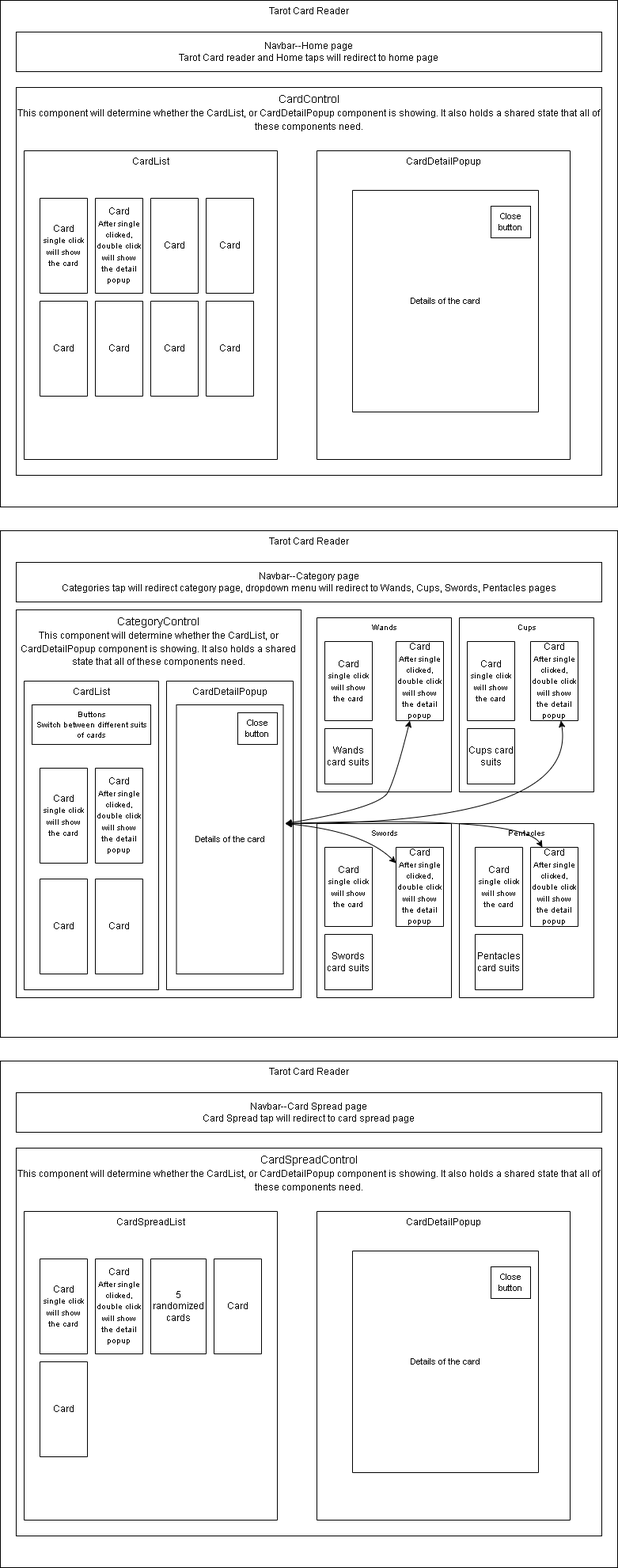
cicy886/tarot-card-reader keeps this draw.io diagram as src/img/themes/tarotCardReaderDiagram.png. Above is the earlier version. Source tidied: cells renumbered, new cells last; positions are measured from the earlier drawing's top-left corner, leaving out a move shared by most shapes. Its diagram source:
```xml
<mxGraphModel>
  <root>
    <mxCell id="0" />
    <mxCell id="1" parent="0" />
    <mxCell id="2" value="Tarot Card Reader" style="rounded=0;whiteSpace=wrap;html=1;verticalAlign=top;" parent="1" vertex="1">
      <mxGeometry width="780" height="640" as="geometry" />
    </mxCell>
    <mxCell id="3" value="&lt;font style=&quot;font-size: 12px&quot;&gt;Navbar--Home page&lt;br&gt;Tarot Card reader and Home taps will redirect to home page&lt;br&gt;&lt;/font&gt;" style="rounded=0;whiteSpace=wrap;html=1;" parent="1" vertex="1">
      <mxGeometry x="20" y="40" width="740" height="50" as="geometry" />
    </mxCell>
    <mxCell id="4" value="CardControl&lt;br style=&quot;font-size: 13px&quot;&gt;&lt;font&gt;&lt;font style=&quot;font-size: 12px&quot;&gt;This component will determine whether the CardList, or CardDetailPopup component is showing. It also holds a shared state that all of these components need&lt;/font&gt;&lt;font style=&quot;font-size: 11px&quot;&gt;.&lt;/font&gt;&lt;/font&gt;" style="rounded=0;whiteSpace=wrap;html=1;fontSize=14;verticalAlign=top;" parent="1" vertex="1">
      <mxGeometry x="20" y="110" width="740" height="490" as="geometry" />
    </mxCell>
    <mxCell id="5" value="CardList" style="rounded=0;whiteSpace=wrap;html=1;fontSize=12;direction=south;verticalAlign=top;" parent="1" vertex="1">
      <mxGeometry x="30" y="190" width="320" height="390" as="geometry" />
    </mxCell>
    <mxCell id="6" value="CardDetailPopup" style="rounded=0;whiteSpace=wrap;html=1;fontSize=12;direction=south;verticalAlign=top;" parent="1" vertex="1">
      <mxGeometry x="400" y="190" width="320" height="390" as="geometry" />
    </mxCell>
    <mxCell id="7" value="Card&lt;br style=&quot;font-size: 11px&quot;&gt;&lt;font size=&quot;1&quot;&gt;single click will show the card&lt;/font&gt;" style="rounded=0;whiteSpace=wrap;html=1;fontSize=12;direction=south;" parent="1" vertex="1">
      <mxGeometry x="50" y="250" width="60" height="120" as="geometry" />
    </mxCell>
    <mxCell id="8" value="Card&lt;br style=&quot;font-size: 11px&quot;&gt;&lt;font size=&quot;1&quot;&gt;After single clicked, double click will show the detail popup&lt;/font&gt;" style="rounded=0;whiteSpace=wrap;html=1;fontSize=12;direction=south;" parent="1" vertex="1">
      <mxGeometry x="120" y="250" width="60" height="120" as="geometry" />
    </mxCell>
    <mxCell id="9" value="Card" style="rounded=0;whiteSpace=wrap;html=1;fontSize=12;direction=south;" parent="1" vertex="1">
      <mxGeometry x="190" y="250" width="60" height="120" as="geometry" />
    </mxCell>
    <mxCell id="10" value="Card" style="rounded=0;whiteSpace=wrap;html=1;fontSize=12;direction=south;" parent="1" vertex="1">
      <mxGeometry x="260" y="250" width="60" height="120" as="geometry" />
    </mxCell>
    <mxCell id="11" value="Card" style="rounded=0;whiteSpace=wrap;html=1;fontSize=12;direction=south;" parent="1" vertex="1">
      <mxGeometry x="260" y="380" width="60" height="120" as="geometry" />
    </mxCell>
    <mxCell id="12" value="Card" style="rounded=0;whiteSpace=wrap;html=1;fontSize=12;direction=south;" parent="1" vertex="1">
      <mxGeometry x="190" y="380" width="60" height="120" as="geometry" />
    </mxCell>
    <mxCell id="13" value="Card" style="rounded=0;whiteSpace=wrap;html=1;fontSize=12;direction=south;" parent="1" vertex="1">
      <mxGeometry x="120" y="380" width="60" height="120" as="geometry" />
    </mxCell>
    <mxCell id="14" value="Card" style="rounded=0;whiteSpace=wrap;html=1;fontSize=12;direction=south;" parent="1" vertex="1">
      <mxGeometry x="50" y="380" width="60" height="120" as="geometry" />
    </mxCell>
    <mxCell id="15" value="Details of the card" style="rounded=0;whiteSpace=wrap;html=1;fontSize=11;direction=south;" parent="1" vertex="1">
      <mxGeometry x="445" y="240" width="235" height="280" as="geometry" />
    </mxCell>
    <mxCell id="16" value="Close button" style="rounded=0;whiteSpace=wrap;html=1;fontSize=11;" parent="1" vertex="1">
      <mxGeometry x="620" y="260" width="50" height="40" as="geometry" />
    </mxCell>
    <mxCell id="17" value="Tarot Card Reader" style="rounded=0;whiteSpace=wrap;html=1;verticalAlign=top;" parent="1" vertex="1">
      <mxGeometry y="670" width="780" height="640" as="geometry" />
    </mxCell>
    <mxCell id="18" value="&lt;font style=&quot;font-size: 12px&quot;&gt;Navbar--Category page&lt;br&gt;Categories tap will redirect category page, dropdown menu will redirect to Wands, Cups, Swords, Pentacles pages&lt;br&gt;&lt;/font&gt;" style="rounded=0;whiteSpace=wrap;html=1;" parent="1" vertex="1">
      <mxGeometry x="20" y="710" width="740" height="50" as="geometry" />
    </mxCell>
    <mxCell id="19" value="CategoryControl&lt;br style=&quot;font-size: 13px&quot;&gt;&lt;font&gt;&lt;font style=&quot;font-size: 12px&quot;&gt;This component will determine whether the CardList, or CardDetailPopup component is showing. It also holds a shared state that all of these components need&lt;/font&gt;&lt;font style=&quot;font-size: 11px&quot;&gt;.&lt;/font&gt;&lt;/font&gt;" style="rounded=0;whiteSpace=wrap;html=1;fontSize=14;verticalAlign=top;" parent="1" vertex="1">
      <mxGeometry x="20" y="770" width="360" height="490" as="geometry" />
    </mxCell>
    <mxCell id="20" value="CardList" style="rounded=0;whiteSpace=wrap;html=1;fontSize=12;direction=south;verticalAlign=top;" parent="1" vertex="1">
      <mxGeometry x="30" y="860" width="170" height="390" as="geometry" />
    </mxCell>
    <mxCell id="21" value="CardDetailPopup" style="rounded=0;whiteSpace=wrap;html=1;fontSize=12;direction=south;verticalAlign=top;" parent="1" vertex="1">
      <mxGeometry x="210" y="860" width="160" height="390" as="geometry" />
    </mxCell>
    <mxCell id="22" value="Card&lt;br style=&quot;font-size: 11px&quot;&gt;&lt;font size=&quot;1&quot;&gt;single click will show the card&lt;/font&gt;" style="rounded=0;whiteSpace=wrap;html=1;fontSize=12;direction=south;" parent="1" vertex="1">
      <mxGeometry x="50" y="970" width="60" height="120" as="geometry" />
    </mxCell>
    <mxCell id="23" value="Card&lt;br style=&quot;font-size: 11px&quot;&gt;&lt;font size=&quot;1&quot;&gt;After single clicked, double click will show the detail popup&lt;/font&gt;" style="rounded=0;whiteSpace=wrap;html=1;fontSize=12;direction=south;" parent="1" vertex="1">
      <mxGeometry x="120" y="970" width="60" height="120" as="geometry" />
    </mxCell>
    <mxCell id="24" value="Card" style="rounded=0;whiteSpace=wrap;html=1;fontSize=12;direction=south;" parent="1" vertex="1">
      <mxGeometry x="120" y="1110" width="60" height="120" as="geometry" />
    </mxCell>
    <mxCell id="25" value="Card" style="rounded=0;whiteSpace=wrap;html=1;fontSize=12;direction=south;" parent="1" vertex="1">
      <mxGeometry x="50" y="1110" width="60" height="120" as="geometry" />
    </mxCell>
    <mxCell id="26" value="Details of the card" style="rounded=0;whiteSpace=wrap;html=1;fontSize=11;direction=south;" parent="1" vertex="1">
      <mxGeometry x="222.5" y="890" width="135" height="340" as="geometry" />
    </mxCell>
    <mxCell id="27" value="Close button" style="rounded=0;whiteSpace=wrap;html=1;fontSize=11;" parent="1" vertex="1">
      <mxGeometry x="300" y="900" width="50" height="40" as="geometry" />
    </mxCell>
    <mxCell id="28" value="&lt;font style=&quot;font-size: 10px&quot;&gt;Buttons&lt;br&gt;Switch between different suits of cards&lt;br&gt;&lt;/font&gt;" style="rounded=0;whiteSpace=wrap;html=1;fontSize=11;" parent="1" vertex="1">
      <mxGeometry x="40" y="890" width="150" height="50" as="geometry" />
    </mxCell>
    <mxCell id="29" value="Wands" style="rounded=0;whiteSpace=wrap;html=1;fontSize=10;direction=south;verticalAlign=top;" parent="1" vertex="1">
      <mxGeometry x="400" y="780" width="170" height="220" as="geometry" />
    </mxCell>
    <mxCell id="30" value="Cups" style="rounded=0;whiteSpace=wrap;html=1;fontSize=10;direction=south;verticalAlign=top;" parent="1" vertex="1">
      <mxGeometry x="580" y="780" width="170" height="220" as="geometry" />
    </mxCell>
    <mxCell id="31" value="Swords" style="rounded=0;whiteSpace=wrap;html=1;fontSize=10;direction=south;verticalAlign=top;" parent="1" vertex="1">
      <mxGeometry x="400" y="1040" width="170" height="220" as="geometry" />
    </mxCell>
    <mxCell id="32" value="Pentacles" style="rounded=0;whiteSpace=wrap;html=1;fontSize=10;direction=south;verticalAlign=top;" parent="1" vertex="1">
      <mxGeometry x="580" y="1040" width="170" height="220" as="geometry" />
    </mxCell>
    <mxCell id="33" value="Card&lt;br style=&quot;font-size: 11px&quot;&gt;&lt;font size=&quot;1&quot;&gt;single click will show the card&lt;/font&gt;" style="rounded=0;whiteSpace=wrap;html=1;fontSize=12;direction=south;" parent="1" vertex="1">
      <mxGeometry x="410" y="810" width="60" height="100" as="geometry" />
    </mxCell>
    <mxCell id="34" value="Card&lt;br style=&quot;font-size: 11px&quot;&gt;&lt;font size=&quot;1&quot;&gt;After single clicked, double click will show the detail popup&lt;/font&gt;" style="rounded=0;whiteSpace=wrap;html=1;fontSize=12;direction=south;" parent="1" vertex="1">
      <mxGeometry x="500" y="810" width="60" height="100" as="geometry" />
    </mxCell>
    <mxCell id="35" value="Wands card suits" style="rounded=0;whiteSpace=wrap;html=1;fontSize=12;direction=south;" parent="1" vertex="1">
      <mxGeometry x="410" y="920" width="60" height="70" as="geometry" />
    </mxCell>
    <mxCell id="36" value="Card&lt;br style=&quot;font-size: 11px&quot;&gt;&lt;font size=&quot;1&quot;&gt;single click will show the card&lt;/font&gt;" style="rounded=0;whiteSpace=wrap;html=1;fontSize=12;direction=south;" parent="1" vertex="1">
      <mxGeometry x="590" y="810" width="60" height="100" as="geometry" />
    </mxCell>
    <mxCell id="37" value="Card&lt;br style=&quot;font-size: 11px&quot;&gt;&lt;font size=&quot;1&quot;&gt;After single clicked, double click will show the detail popup&lt;/font&gt;" style="rounded=0;whiteSpace=wrap;html=1;fontSize=12;direction=south;" parent="1" vertex="1">
      <mxGeometry x="670" y="810" width="60" height="100" as="geometry" />
    </mxCell>
    <mxCell id="38" value="Cups card suits" style="rounded=0;whiteSpace=wrap;html=1;fontSize=12;direction=south;" parent="1" vertex="1">
      <mxGeometry x="590" y="920" width="60" height="70" as="geometry" />
    </mxCell>
    <mxCell id="39" style="endArrow=classic;startArrow=classic;html=1;rounded=0;fontSize=10;curved=1;" parent="1" edge="1" target="37">
      <mxGeometry relative="1" as="geometry">
        <mxPoint x="360" y="1040" as="sourcePoint" />
        <Array as="points">
          <mxPoint x="730" y="1040" />
        </Array>
      </mxGeometry>
    </mxCell>
    <mxCell id="40" style="endArrow=classic;startArrow=classic;html=1;rounded=0;fontSize=10;curved=1;" parent="1" edge="1" target="34">
      <mxGeometry relative="1" as="geometry">
        <mxPoint x="360" y="1040" as="sourcePoint" />
        <Array as="points">
          <mxPoint x="480" y="1020" />
          <mxPoint x="500" y="980" />
        </Array>
      </mxGeometry>
    </mxCell>
    <mxCell id="41" value="Card&lt;br style=&quot;font-size: 11px&quot;&gt;&lt;font size=&quot;1&quot;&gt;single click will show the card&lt;/font&gt;" style="rounded=0;whiteSpace=wrap;html=1;fontSize=12;direction=south;" parent="1" vertex="1">
      <mxGeometry x="410" y="1070" width="60" height="100" as="geometry" />
    </mxCell>
    <mxCell id="42" value="Card&lt;br style=&quot;font-size: 11px&quot;&gt;&lt;font size=&quot;1&quot;&gt;After single clicked, double click will show the detail popup&lt;/font&gt;" style="rounded=0;whiteSpace=wrap;html=1;fontSize=12;direction=south;" parent="1" vertex="1">
      <mxGeometry x="500" y="1070" width="60" height="100" as="geometry" />
    </mxCell>
    <mxCell id="43" value="Swords card suits" style="rounded=0;whiteSpace=wrap;html=1;fontSize=12;direction=south;" parent="1" vertex="1">
      <mxGeometry x="410" y="1180" width="60" height="70" as="geometry" />
    </mxCell>
    <mxCell id="44" value="Card&lt;br style=&quot;font-size: 11px&quot;&gt;&lt;font size=&quot;1&quot;&gt;single click will show the card&lt;/font&gt;" style="rounded=0;whiteSpace=wrap;html=1;fontSize=12;direction=south;" parent="1" vertex="1">
      <mxGeometry x="600" y="1070" width="60" height="100" as="geometry" />
    </mxCell>
    <mxCell id="45" value="Card&lt;br style=&quot;font-size: 11px&quot;&gt;&lt;font size=&quot;1&quot;&gt;After single clicked, double click will show the detail popup&lt;/font&gt;" style="rounded=0;whiteSpace=wrap;html=1;fontSize=12;direction=south;" parent="1" vertex="1">
      <mxGeometry x="670" y="1070" width="60" height="100" as="geometry" />
    </mxCell>
    <mxCell id="46" value="Pentacles card suits" style="rounded=0;whiteSpace=wrap;html=1;fontSize=12;direction=south;" parent="1" vertex="1">
      <mxGeometry x="600" y="1180" width="60" height="70" as="geometry" />
    </mxCell>
    <mxCell id="47" style="endArrow=classic;startArrow=classic;html=1;rounded=0;fontSize=10;curved=1;" parent="1" edge="1" target="42">
      <mxGeometry relative="1" as="geometry">
        <mxPoint x="360" y="1040" as="sourcePoint" />
        <Array as="points">
          <mxPoint x="460" y="1050" />
        </Array>
      </mxGeometry>
    </mxCell>
    <mxCell id="48" style="endArrow=classic;startArrow=classic;html=1;rounded=0;fontSize=10;curved=1;entryX=0;entryY=0.75;entryDx=0;entryDy=0;" parent="1" edge="1" target="45">
      <mxGeometry relative="1" as="geometry">
        <mxPoint x="360" y="1040" as="sourcePoint" />
        <Array as="points">
          <mxPoint x="660" y="1030" />
        </Array>
      </mxGeometry>
    </mxCell>
    <mxCell id="49" value="Tarot Card Reader" style="rounded=0;whiteSpace=wrap;html=1;verticalAlign=top;" parent="1" vertex="1">
      <mxGeometry y="1340" width="780" height="640" as="geometry" />
    </mxCell>
    <mxCell id="50" value="&lt;font style=&quot;font-size: 12px&quot;&gt;Navbar--Card Spread page&lt;br&gt;Card Spread tap will redirect to card spread page&lt;br&gt;&lt;/font&gt;" style="rounded=0;whiteSpace=wrap;html=1;" parent="1" vertex="1">
      <mxGeometry x="20" y="1380" width="740" height="50" as="geometry" />
    </mxCell>
    <mxCell id="51" value="CardSpreadControl&lt;br style=&quot;font-size: 13px&quot;&gt;&lt;font&gt;&lt;font style=&quot;font-size: 12px&quot;&gt;This component will determine whether the CardList, or CardDetailPopup component is showing. It also holds a shared state that all of these components need&lt;/font&gt;&lt;font style=&quot;font-size: 11px&quot;&gt;.&lt;/font&gt;&lt;/font&gt;" style="rounded=0;whiteSpace=wrap;html=1;fontSize=14;verticalAlign=top;" parent="1" vertex="1">
      <mxGeometry x="20" y="1450" width="740" height="490" as="geometry" />
    </mxCell>
    <mxCell id="52" value="CardSpreadList" style="rounded=0;whiteSpace=wrap;html=1;fontSize=12;direction=south;verticalAlign=top;" parent="1" vertex="1">
      <mxGeometry x="30" y="1530" width="320" height="390" as="geometry" />
    </mxCell>
    <mxCell id="53" value="CardDetailPopup" style="rounded=0;whiteSpace=wrap;html=1;fontSize=12;direction=south;verticalAlign=top;" parent="1" vertex="1">
      <mxGeometry x="400" y="1530" width="320" height="390" as="geometry" />
    </mxCell>
    <mxCell id="54" value="Card&lt;br style=&quot;font-size: 11px&quot;&gt;&lt;font size=&quot;1&quot;&gt;single click will show the card&lt;/font&gt;" style="rounded=0;whiteSpace=wrap;html=1;fontSize=12;direction=south;" parent="1" vertex="1">
      <mxGeometry x="50" y="1590" width="60" height="120" as="geometry" />
    </mxCell>
    <mxCell id="55" value="Card&lt;br style=&quot;font-size: 11px&quot;&gt;&lt;font size=&quot;1&quot;&gt;After single clicked, double click will show the detail popup&lt;/font&gt;" style="rounded=0;whiteSpace=wrap;html=1;fontSize=12;direction=south;" parent="1" vertex="1">
      <mxGeometry x="120" y="1590" width="60" height="120" as="geometry" />
    </mxCell>
    <mxCell id="56" value="5 randomized cards" style="rounded=0;whiteSpace=wrap;html=1;fontSize=12;direction=south;" parent="1" vertex="1">
      <mxGeometry x="190" y="1590" width="70" height="120" as="geometry" />
    </mxCell>
    <mxCell id="57" value="Card" style="rounded=0;whiteSpace=wrap;html=1;fontSize=12;direction=south;" parent="1" vertex="1">
      <mxGeometry x="270" y="1590" width="60" height="120" as="geometry" />
    </mxCell>
    <mxCell id="58" value="Card" style="rounded=0;whiteSpace=wrap;html=1;fontSize=12;direction=south;" parent="1" vertex="1">
      <mxGeometry x="50" y="1720" width="60" height="120" as="geometry" />
    </mxCell>
    <mxCell id="59" value="Details of the card" style="rounded=0;whiteSpace=wrap;html=1;fontSize=11;direction=south;" parent="1" vertex="1">
      <mxGeometry x="445" y="1580" width="235" height="280" as="geometry" />
    </mxCell>
    <mxCell id="60" value="Close button" style="rounded=0;whiteSpace=wrap;html=1;fontSize=11;" parent="1" vertex="1">
      <mxGeometry x="620" y="1600" width="50" height="40" as="geometry" />
    </mxCell>
  </root>
</mxGraphModel>
```
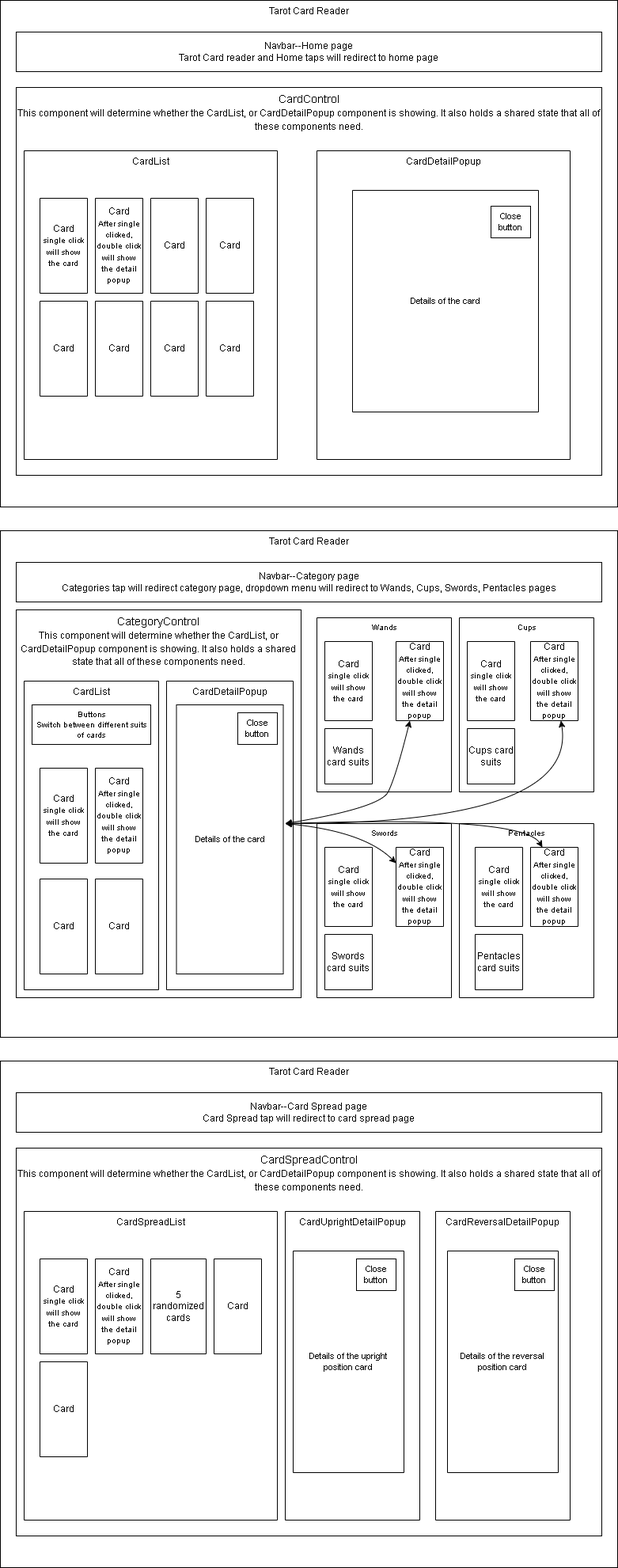
After the change.

Commit message:
Update diagram corresponding to updated code

Change to the diagram source:
```diff
@@ -176,8 +176,8 @@
     <mxCell id="52" value="CardSpreadList" style="rounded=0;whiteSpace=wrap;html=1;fontSize=12;direction=south;verticalAlign=top;" parent="1" vertex="1">
       <mxGeometry x="30" y="1530" width="320" height="390" as="geometry" />
     </mxCell>
-    <mxCell id="53" value="CardDetailPopup" style="rounded=0;whiteSpace=wrap;html=1;fontSize=12;direction=south;verticalAlign=top;" parent="1" vertex="1">
-      <mxGeometry x="400" y="1530" width="320" height="390" as="geometry" />
+    <mxCell id="53" value="CardUprightDetailPopup" style="rounded=0;whiteSpace=wrap;html=1;fontSize=12;direction=south;verticalAlign=top;" parent="1" vertex="1">
+      <mxGeometry x="360" y="1530" width="170" height="390" as="geometry" />
     </mxCell>
     <mxCell id="54" value="Card&lt;br style=&quot;font-size: 11px&quot;&gt;&lt;font size=&quot;1&quot;&gt;single click will show the card&lt;/font&gt;" style="rounded=0;whiteSpace=wrap;html=1;fontSize=12;direction=south;" parent="1" vertex="1">
       <mxGeometry x="50" y="1590" width="60" height="120" as="geometry" />
@@ -194,11 +194,20 @@
     <mxCell id="58" value="Card" style="rounded=0;whiteSpace=wrap;html=1;fontSize=12;direction=south;" parent="1" vertex="1">
       <mxGeometry x="50" y="1720" width="60" height="120" as="geometry" />
     </mxCell>
-    <mxCell id="59" value="Details of the card" style="rounded=0;whiteSpace=wrap;html=1;fontSize=11;direction=south;" parent="1" vertex="1">
-      <mxGeometry x="445" y="1580" width="235" height="280" as="geometry" />
+    <mxCell id="59" value="Details of the upright position card" style="rounded=0;whiteSpace=wrap;html=1;fontSize=11;direction=south;" parent="1" vertex="1">
+      <mxGeometry x="370" y="1580" width="140" height="280" as="geometry" />
     </mxCell>
     <mxCell id="60" value="Close button" style="rounded=0;whiteSpace=wrap;html=1;fontSize=11;" parent="1" vertex="1">
-      <mxGeometry x="620" y="1600" width="50" height="40" as="geometry" />
+      <mxGeometry x="450" y="1590" width="50" height="40" as="geometry" />
     </mxCell>
+    <mxCell id="61" value="CardReversalDetailPopup" style="rounded=0;whiteSpace=wrap;html=1;fontSize=12;direction=south;verticalAlign=top;" parent="1" vertex="1">
+      <mxGeometry x="550" y="1530" width="170" height="390" as="geometry" />
+    </mxCell>
+    <mxCell id="62" value="Details of the reversal position card" style="rounded=0;whiteSpace=wrap;html=1;fontSize=11;direction=south;" parent="1" vertex="1">
+      <mxGeometry x="565" y="1580" width="140" height="280" as="geometry" />
+    </mxCell>
+    <mxCell id="63" value="Close button" style="rounded=0;whiteSpace=wrap;html=1;fontSize=11;" parent="1" vertex="1">
+      <mxGeometry x="650" y="1590" width="50" height="40" as="geometry" />
+    </mxCell>
   </root>
 </mxGraphModel>
```
